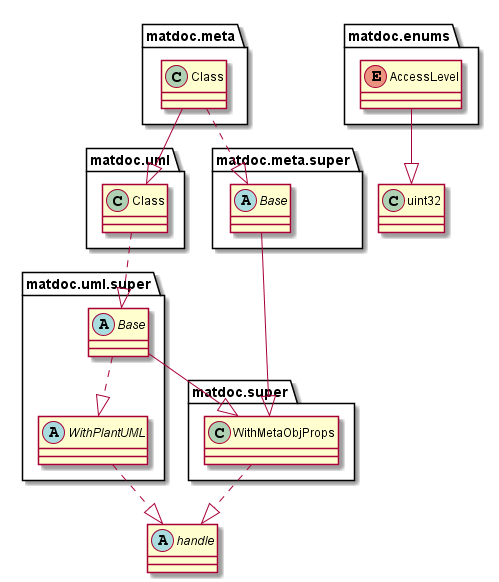
Before: doc/uml-examples/export-class-OnlyRelationship-true.png, a diagram exported from PlantUML (flxdot/matdoc).
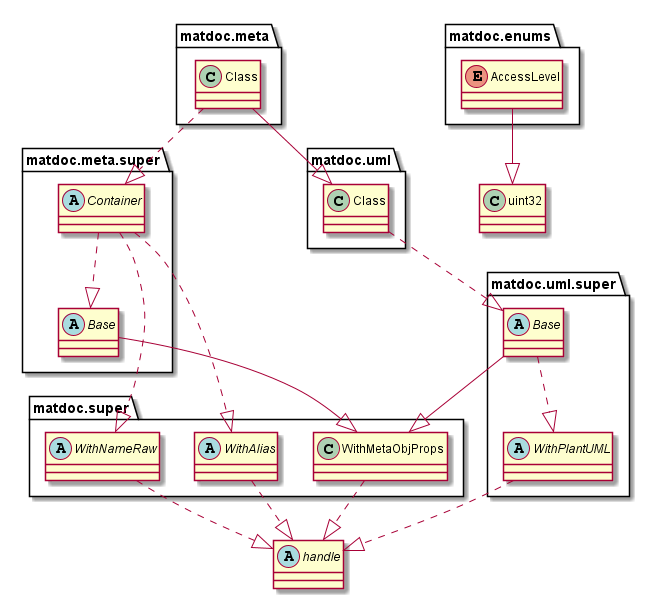
After the commit.

The edit, as a diff of the source:
```diff
@@ -12,7 +12,7 @@
 class matdoc.meta.Class {
 }
 
-matdoc.meta.Class ..|> matdoc.meta.super.Base
+matdoc.meta.Class ..|> matdoc.meta.super.Container
 matdoc.meta.Class --|> matdoc.uml.Class
 
 abstract class matdoc.meta.super.Base {
@@ -20,10 +20,27 @@
 
 matdoc.meta.super.Base --|> matdoc.super.WithMetaObjProps
 
+abstract class matdoc.meta.super.Container {
+}
+
+matdoc.meta.super.Container ..|> matdoc.meta.super.Base
+matdoc.meta.super.Container ..|> matdoc.super.WithNameRaw
+matdoc.meta.super.Container ..|> matdoc.super.WithAlias
+
+abstract class matdoc.super.WithAlias {
+}
+
+matdoc.super.WithAlias ..|> handle
+
 class matdoc.super.WithMetaObjProps {
 }
 
 matdoc.super.WithMetaObjProps ..|> handle
+
+abstract class matdoc.super.WithNameRaw {
+}
+
+matdoc.super.WithNameRaw ..|> handle
 
 class matdoc.uml.Class {
 }
```
